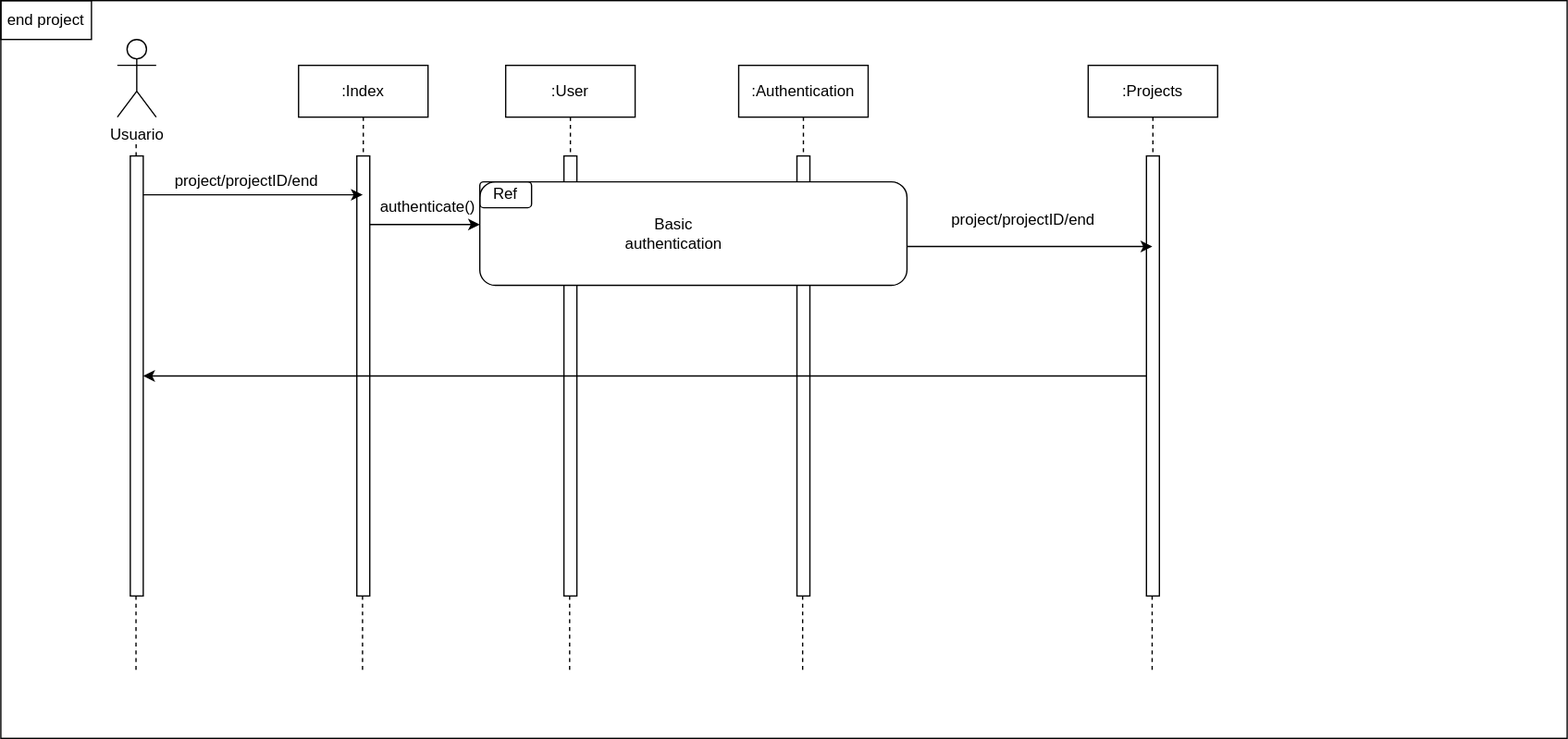
Before: docs/diagrams/sequence_diagrams/end_project.drawio.svg, a diagram exported from draw.io (darnley/taskle_node-api). Source tidied: cells renumbered, new cells last; positions are measured from the earlier drawing's top-left corner, leaving out a move shared by most shapes. Its diagram source:
```xml
<mxGraphModel>
  <root>
    <mxCell id="0" />
    <mxCell id="1" parent="0" />
    <mxCell id="2" style="rounded=0;whiteSpace=wrap;html=1;fillColor=none;" parent="1" vertex="1">
      <mxGeometry width="1210" height="570" as="geometry" />
    </mxCell>
    <mxCell id="3" style="rounded=0;whiteSpace=wrap;html=1;fillColor=none;" parent="1" vertex="1">
      <mxGeometry width="70" height="30" as="geometry" />
    </mxCell>
    <mxCell id="4" value="&lt;font color=&quot;#000000&quot;&gt;Usuario&lt;/font&gt;" style="shape=umlActor;verticalLabelPosition=bottom;labelBackgroundColor=#ffffff;verticalAlign=top;html=1;" parent="1" vertex="1">
      <mxGeometry x="90" y="30" width="30" height="60" as="geometry" />
    </mxCell>
    <mxCell id="5" value=":Index" style="shape=umlLifeline;perimeter=lifelinePerimeter;whiteSpace=wrap;html=1;outlineConnect=0;labelBackgroundColor=none;" parent="1" vertex="1">
      <mxGeometry x="230" y="50" width="100" height="400" as="geometry" />
    </mxCell>
    <mxCell id="6" style="html=1;perimeter=orthogonalPerimeter;labelBackgroundColor=none;" parent="5" vertex="1">
      <mxGeometry x="45" y="70" width="10" height="340" as="geometry" />
    </mxCell>
    <mxCell id="7" style="html=1;points=[];perimeter=orthogonalPerimeter;labelBackgroundColor=none;" parent="1" vertex="1">
      <mxGeometry x="100" y="120" width="10" height="340" as="geometry" />
    </mxCell>
    <mxCell id="8" style="endArrow=none;dashed=1;html=1;exitX=0.45;exitY=0;exitDx=0;exitDy=0;exitPerimeter=0;" parent="1" edge="1" source="7">
      <mxGeometry relative="1" as="geometry">
        <mxPoint x="104.5" y="110" as="targetPoint" />
      </mxGeometry>
    </mxCell>
    <mxCell id="9" value=":User" style="shape=umlLifeline;perimeter=lifelinePerimeter;whiteSpace=wrap;html=1;labelBackgroundColor=none;" parent="1" vertex="1">
      <mxGeometry x="390" y="50" width="100" height="400" as="geometry" />
    </mxCell>
    <mxCell id="10" style="html=1;perimeter=orthogonalPerimeter;labelBackgroundColor=none;" parent="9" vertex="1">
      <mxGeometry x="45" y="70" width="10" height="340" as="geometry" />
    </mxCell>
    <mxCell id="11" value=":Authentication" style="shape=umlLifeline;perimeter=lifelinePerimeter;whiteSpace=wrap;html=1;labelBackgroundColor=none;" parent="1" vertex="1">
      <mxGeometry x="570" y="50" width="100" height="400" as="geometry" />
    </mxCell>
    <mxCell id="12" style="html=1;perimeter=orthogonalPerimeter;labelBackgroundColor=none;" parent="11" vertex="1">
      <mxGeometry x="45" y="70" width="10" height="340" as="geometry" />
    </mxCell>
    <mxCell id="13" value=":Projects" style="shape=umlLifeline;perimeter=lifelinePerimeter;whiteSpace=wrap;html=1;outlineConnect=0;labelBackgroundColor=none;" parent="1" vertex="1">
      <mxGeometry x="840" y="50" width="100" height="400" as="geometry" />
    </mxCell>
    <mxCell id="14" style="html=1;points=[];perimeter=orthogonalPerimeter;labelBackgroundColor=none;" parent="13" vertex="1">
      <mxGeometry x="45" y="70" width="10" height="340" as="geometry" />
    </mxCell>
    <mxCell id="15" style="endArrow=classic;html=1;" parent="1" edge="1" target="5">
      <mxGeometry relative="1" as="geometry">
        <mxPoint x="110" y="150" as="sourcePoint" />
      </mxGeometry>
    </mxCell>
    <mxCell id="16" style="rounded=1;whiteSpace=wrap;html=1;" parent="1" vertex="1">
      <mxGeometry x="370" y="140" width="330" height="80" as="geometry" />
    </mxCell>
    <mxCell id="17" value="Ref" style="text;html=1;strokeColor=none;fillColor=none;align=center;verticalAlign=middle;whiteSpace=wrap;rounded=0;" parent="1" vertex="1">
      <mxGeometry x="370" y="140" width="40" height="20" as="geometry" />
    </mxCell>
    <mxCell id="18" value="Basic authentication" style="text;html=1;strokeColor=none;fillColor=none;align=center;verticalAlign=middle;whiteSpace=wrap;rounded=0;" parent="1" vertex="1">
      <mxGeometry x="500" y="170" width="40" height="20" as="geometry" />
    </mxCell>
    <mxCell id="19" style="rounded=1;whiteSpace=wrap;html=1;fillColor=none;" parent="1" vertex="1">
      <mxGeometry x="370" y="140" width="40" height="20" as="geometry" />
    </mxCell>
    <mxCell id="20" style="endArrow=classic;html=1;" parent="1" edge="1">
      <mxGeometry relative="1" as="geometry">
        <mxPoint x="285" y="173" as="sourcePoint" />
        <mxPoint x="370" y="173" as="targetPoint" />
      </mxGeometry>
    </mxCell>
    <mxCell id="21" value="authenticate()" style="text;html=1;strokeColor=none;fillColor=none;align=center;verticalAlign=middle;whiteSpace=wrap;rounded=0;" parent="1" vertex="1">
      <mxGeometry x="310" y="150" width="40" height="20" as="geometry" />
    </mxCell>
    <mxCell id="22" style="endArrow=classic;html=1;" parent="1" edge="1" target="13">
      <mxGeometry relative="1" as="geometry">
        <mxPoint x="700" y="190" as="sourcePoint" />
      </mxGeometry>
    </mxCell>
    <mxCell id="23" style="endArrow=none;dashed=1;html=1;" parent="1" edge="1">
      <mxGeometry relative="1" as="geometry">
        <mxPoint x="104.4" y="517" as="sourcePoint" />
        <mxPoint x="104.4" y="460" as="targetPoint" />
        <Array as="points">
          <mxPoint x="104.4" y="510" />
        </Array>
      </mxGeometry>
    </mxCell>
    <mxCell id="24" style="endArrow=none;dashed=1;html=1;" parent="1" edge="1">
      <mxGeometry relative="1" as="geometry">
        <mxPoint x="279.4" y="517" as="sourcePoint" />
        <mxPoint x="279.4" y="460" as="targetPoint" />
        <Array as="points">
          <mxPoint x="279.4" y="510" />
        </Array>
      </mxGeometry>
    </mxCell>
    <mxCell id="25" style="endArrow=none;dashed=1;html=1;" parent="1" edge="1">
      <mxGeometry relative="1" as="geometry">
        <mxPoint x="439.4" y="517" as="sourcePoint" />
        <mxPoint x="439.4" y="460" as="targetPoint" />
        <Array as="points">
          <mxPoint x="439.4" y="510" />
        </Array>
      </mxGeometry>
    </mxCell>
    <mxCell id="26" style="endArrow=none;dashed=1;html=1;" parent="1" edge="1">
      <mxGeometry relative="1" as="geometry">
        <mxPoint x="619.4" y="517" as="sourcePoint" />
        <mxPoint x="619.4" y="460" as="targetPoint" />
        <Array as="points">
          <mxPoint x="619.4" y="510" />
        </Array>
      </mxGeometry>
    </mxCell>
    <mxCell id="27" style="endArrow=none;dashed=1;html=1;" parent="1" edge="1">
      <mxGeometry relative="1" as="geometry">
        <mxPoint x="889.4" y="517" as="sourcePoint" />
        <mxPoint x="889.4" y="460" as="targetPoint" />
        <Array as="points">
          <mxPoint x="889.4" y="510" />
        </Array>
      </mxGeometry>
    </mxCell>
    <mxCell id="28" value="end project" style="text;html=1;strokeColor=none;fillColor=none;align=center;verticalAlign=middle;whiteSpace=wrap;rounded=0;" parent="1" vertex="1">
      <mxGeometry width="70" height="30" as="geometry" />
    </mxCell>
    <mxCell id="29" style="endArrow=classic;html=1;" parent="1" edge="1" source="14" target="7">
      <mxGeometry relative="1" as="geometry">
        <Array as="points">
          <mxPoint x="540" y="290" />
          <mxPoint x="500" y="290" />
        </Array>
      </mxGeometry>
    </mxCell>
    <mxCell id="30" value="project/projectID/end" style="text;html=1;strokeColor=none;fillColor=none;align=center;verticalAlign=middle;whiteSpace=wrap;rounded=0;" parent="1" vertex="1">
      <mxGeometry x="170" y="130" width="40" height="20" as="geometry" />
    </mxCell>
    <mxCell id="31" value="project/projectID/end" style="text;html=1;strokeColor=none;fillColor=none;align=center;verticalAlign=middle;whiteSpace=wrap;rounded=0;" parent="1" vertex="1">
      <mxGeometry x="770" y="160" width="40" height="20" as="geometry" />
    </mxCell>
  </root>
</mxGraphModel>
```
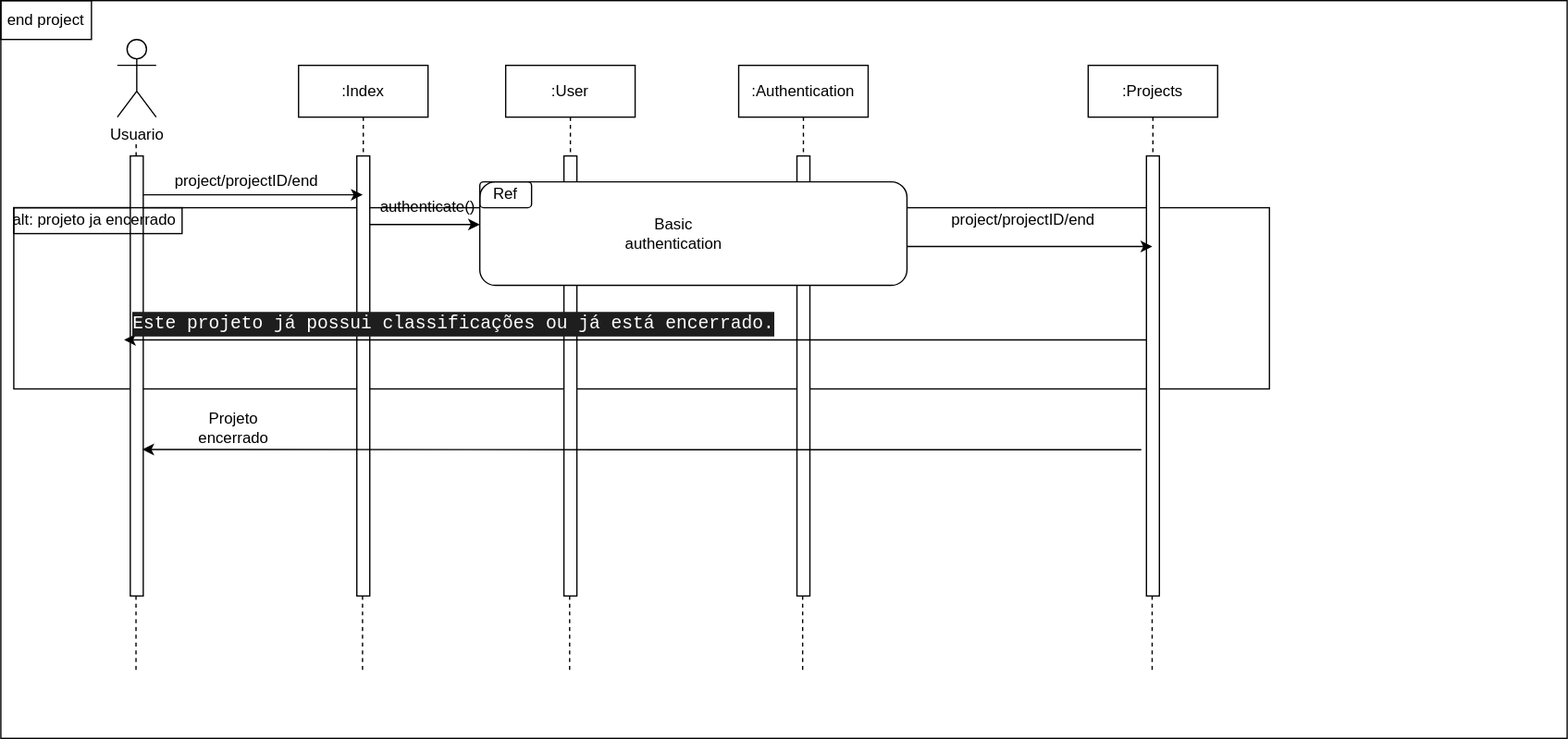
Later version of the same file.

What changed in the source:
```diff
@@ -5,6 +5,9 @@
     <mxCell id="2" style="rounded=0;whiteSpace=wrap;html=1;fillColor=none;" parent="1" vertex="1">
       <mxGeometry width="1210" height="570" as="geometry" />
     </mxCell>
+    <mxCell id="32" style="rounded=0;whiteSpace=wrap;html=1;fillColor=none;" parent="1" vertex="1">
+      <mxGeometry x="10" y="160" width="970" height="140" as="geometry" />
+    </mxCell>
     <mxCell id="3" style="rounded=0;whiteSpace=wrap;html=1;fillColor=none;" parent="1" vertex="1">
       <mxGeometry width="70" height="30" as="geometry" />
     </mxCell>
@@ -122,11 +125,12 @@
     <mxCell id="28" value="end project" style="text;html=1;strokeColor=none;fillColor=none;align=center;verticalAlign=middle;whiteSpace=wrap;rounded=0;" parent="1" vertex="1">
       <mxGeometry width="70" height="30" as="geometry" />
     </mxCell>
-    <mxCell id="29" style="endArrow=classic;html=1;" parent="1" edge="1" source="14" target="7">
+    <mxCell id="29" style="endArrow=classic;html=1;entryX=0.935;entryY=0.667;entryDx=0;entryDy=0;entryPerimeter=0;" parent="1" edge="1" target="7">
       <mxGeometry relative="1" as="geometry">
+        <mxPoint x="881" y="347" as="sourcePoint" />
         <Array as="points">
-          <mxPoint x="540" y="290" />
-          <mxPoint x="500" y="290" />
+          <mxPoint x="540" y="347" />
+          <mxPoint x="480" y="347" />
         </Array>
       </mxGeometry>
     </mxCell>
@@ -136,5 +140,20 @@
     <mxCell id="31" value="project/projectID/end" style="text;html=1;strokeColor=none;fillColor=none;align=center;verticalAlign=middle;whiteSpace=wrap;rounded=0;" parent="1" vertex="1">
       <mxGeometry x="770" y="160" width="40" height="20" as="geometry" />
     </mxCell>
+    <mxCell id="33" value="Projeto encerrado" style="text;html=1;strokeColor=none;fillColor=none;align=center;verticalAlign=middle;whiteSpace=wrap;rounded=0;" parent="1" vertex="1">
+      <mxGeometry x="160" y="320" width="40" height="20" as="geometry" />
+    </mxCell>
+    <mxCell id="34" value="alt: projeto ja encerrado" style="text;html=1;strokeColor=none;fillColor=none;align=center;verticalAlign=middle;whiteSpace=wrap;rounded=0;" parent="1" vertex="1">
+      <mxGeometry y="160" width="145" height="20" as="geometry" />
+    </mxCell>
+    <mxCell id="35" style="rounded=0;whiteSpace=wrap;html=1;fillColor=none;" parent="1" vertex="1">
+      <mxGeometry x="10" y="160" width="130" height="20" as="geometry" />
+    </mxCell>
+    <mxCell id="36" style="endArrow=classic;html=1;entryX=-0.476;entryY=0.418;entryDx=0;entryDy=0;entryPerimeter=0;" parent="1" edge="1" source="14" target="7">
+      <mxGeometry relative="1" as="geometry" />
+    </mxCell>
+    <mxCell id="37" value="&lt;div style=&quot;background-color: rgb(30 , 30 , 30) ; line-height: 19px ; font-size: 14px ; font-family: &amp;#34;consolas&amp;#34; , &amp;#34;courier new&amp;#34; , monospace&quot;&gt;&lt;font color=&quot;#ffffff&quot;&gt;Este&amp;nbsp;projeto&amp;nbsp;já&amp;nbsp;possui&amp;nbsp;classificações&amp;nbsp;ou&amp;nbsp;já&amp;nbsp;está&amp;nbsp;encerrado.&lt;/font&gt;&lt;/div&gt;" style="text;html=1;strokeColor=none;fillColor=none;align=center;verticalAlign=middle;whiteSpace=wrap;rounded=0;" parent="1" vertex="1">
+      <mxGeometry x="330" y="240" width="40" height="20" as="geometry" />
+    </mxCell>
   </root>
 </mxGraphModel>
```
